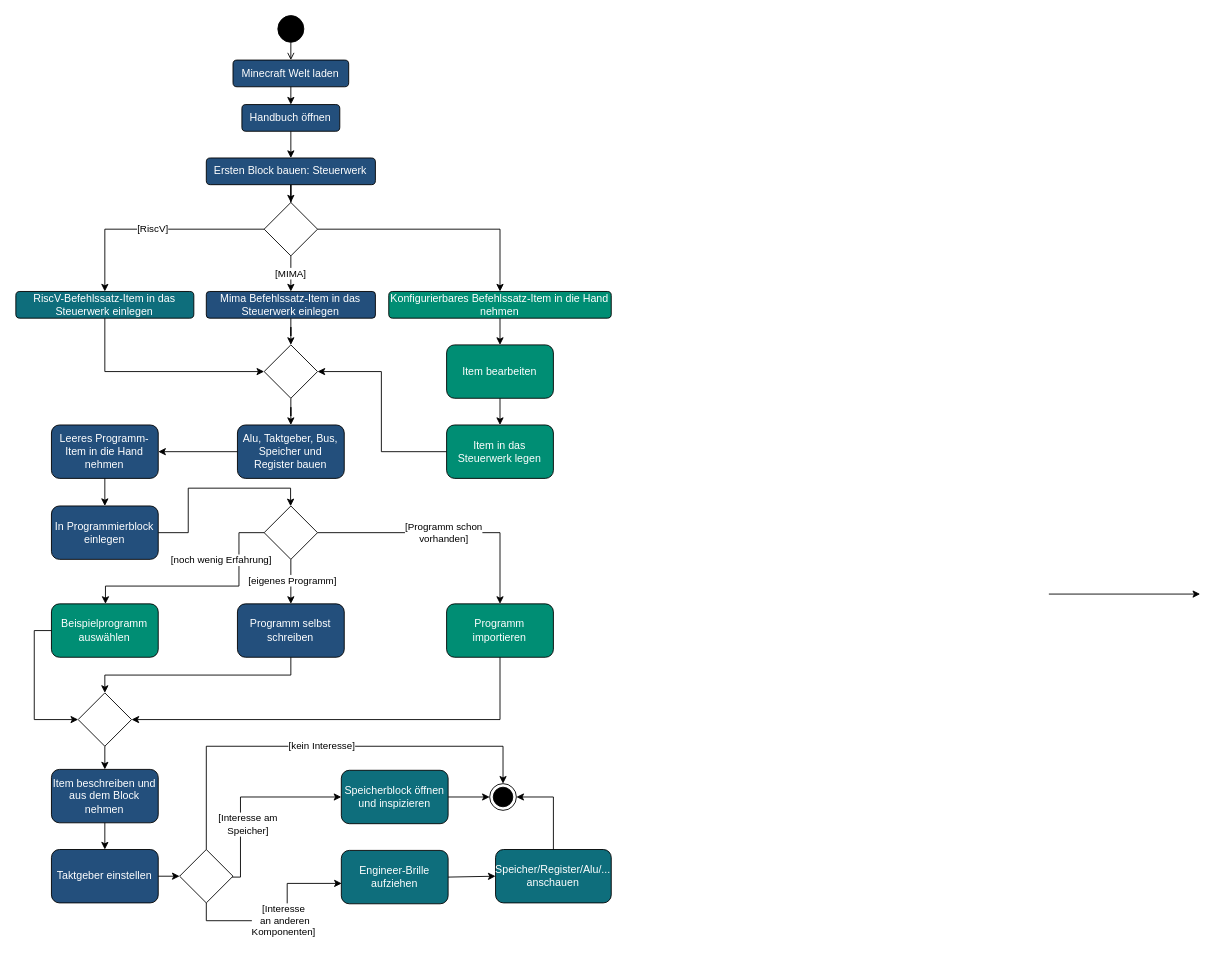
This is Aktivität.drawio from LundiNord/RISCJ-Diagramms, a draw.io file, before an edit. Source tidied: cells renumbered, new cells numbered last; positions are measured from the earlier drawing's top-left corner, leaving out a move shared by most shapes. Both pictures are drawn from the tidied source at 89%, with x=0, y=0 at pixel (15, 15).
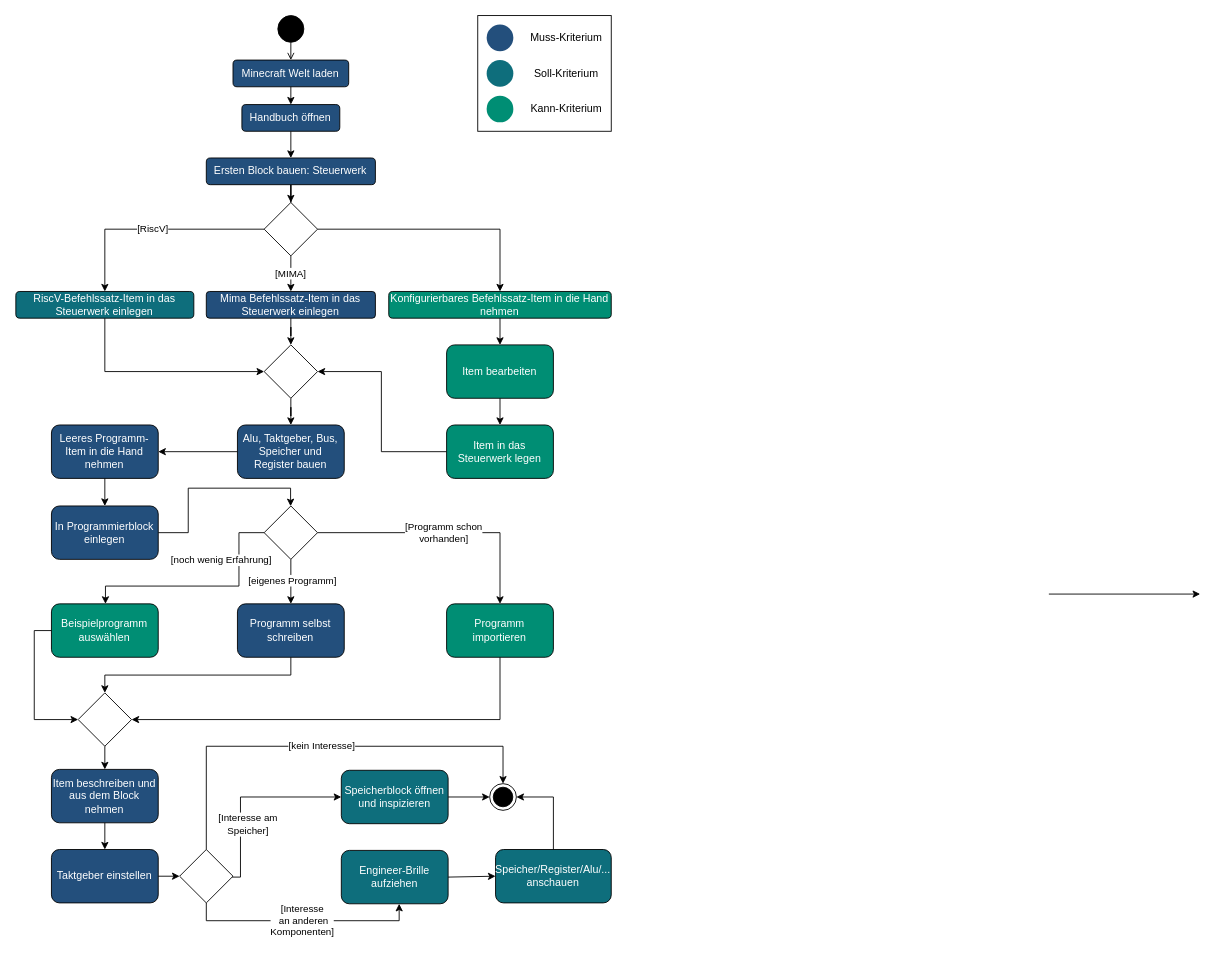
The same diagram, later.

Unchanged cells that the change refers to:
```xml
<mxCell id="50" style="rhombus;whiteSpace=wrap;html=1;portConstraintRotation=1;" parent="1" vertex="1">
  <mxGeometry x="184.3" y="937" width="60" height="60" as="geometry" />
</mxCell>
<mxCell id="56" value="Engineer-Brille aufziehen" style="rounded=1;whiteSpace=wrap;html=1;fillColor=#0E6E7C;fontColor=#FFFFFF;" parent="1" vertex="1">
  <mxGeometry x="366" y="938" width="120" height="60" as="geometry" />
</mxCell>
```

Change to the diagram source:
```diff
@@
-    <mxCell id="57" value="[Interesse&lt;br&gt;&amp;nbsp;an anderen &lt;br&gt;Komponenten]" style="edgeStyle=orthogonalEdgeStyle;jettySize=auto;html=1;rounded=0;exitX=0.5;exitY=1;exitDx=0;exitDy=0;entryX=0.004;entryY=0.618;entryDx=0;entryDy=0;orthogonal=1;entryPerimeter=0;" parent="1" edge="1" source="50" target="56">
-      <mxGeometry relative="1" as="geometry" />
+    <mxCell id="57" value="[Interesse&lt;br&gt;&amp;nbsp;an anderen &lt;br&gt;Komponenten]" style="edgeStyle=orthogonalEdgeStyle;jettySize=auto;html=1;rounded=0;exitX=0.5;exitY=1;exitDx=0;exitDy=0;orthogonal=1;" parent="1" edge="1" source="50" target="56">
+      <mxGeometry relative="1" as="geometry">
+        <Array as="points">
+          <mxPoint x="214" y="1017" />
+          <mxPoint x="431" y="1017" />
+        </Array>
+      </mxGeometry>
     </mxCell>
@@
+    <mxCell id="63" style="group;" parent="1" vertex="1">
+      <mxGeometry x="519.3" width="150" height="130" as="geometry" />
+    </mxCell>
+    <mxCell id="64" style="ellipse;whiteSpace=wrap;html=1;strokeColor=none;fillColor=#234F7C;" parent="63" vertex="1">
+      <mxGeometry x="10" y="10" width="30" height="30" as="geometry" />
+    </mxCell>
+    <mxCell id="65" style="ellipse;whiteSpace=wrap;html=1;strokeColor=none;fillColor=#0E6E7C;" parent="63" vertex="1">
+      <mxGeometry x="10" y="50" width="30" height="30" as="geometry" />
+    </mxCell>
+    <mxCell id="66" style="ellipse;whiteSpace=wrap;html=1;strokeColor=none;fillColor=#008E74;" parent="63" vertex="1">
+      <mxGeometry x="10" y="90" width="30" height="30" as="geometry" />
+    </mxCell>
+    <mxCell id="67" value="Muss-Kriterium" style="text;html=1;strokeColor=none;fillColor=none;align=center;verticalAlign=middle;whiteSpace=wrap;rounded=0;" parent="63" vertex="1">
+      <mxGeometry x="50" y="10" width="100" height="30" as="geometry" />
+    </mxCell>
+    <mxCell id="68" value="Soll-Kriterium" style="text;html=1;strokeColor=none;fillColor=none;align=center;verticalAlign=middle;whiteSpace=wrap;rounded=0;" parent="63" vertex="1">
+      <mxGeometry x="50" y="50" width="100" height="30" as="geometry" />
+    </mxCell>
+    <mxCell id="69" value="Kann-Kriterium" style="text;html=1;strokeColor=none;fillColor=none;align=center;verticalAlign=middle;whiteSpace=wrap;rounded=0;" parent="63" vertex="1">
+      <mxGeometry x="50" y="90" width="100" height="30" as="geometry" />
+    </mxCell>
+    <mxCell id="70" style="rounded=0;whiteSpace=wrap;html=1;fillColor=none;" parent="63" vertex="1">
+      <mxGeometry width="150" height="130" as="geometry" />
+    </mxCell>
```
